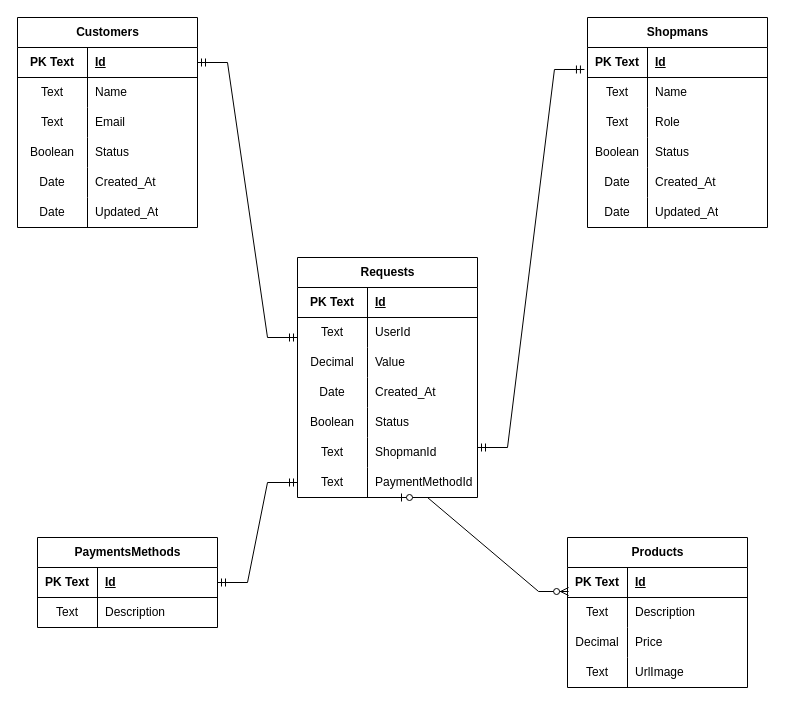
Earlier version of the draw.io diagram DiagramAPIDelivery.drawio (jessicaagrs/backend_APIDelivery). Source tidied: cells renumbered, new cells numbered last; positions are measured from the earlier drawing's top-left corner, leaving out a move shared by most shapes. Both pictures are drawn from the tidied source at 100%, with x=0, y=0 at pixel (17, 17).
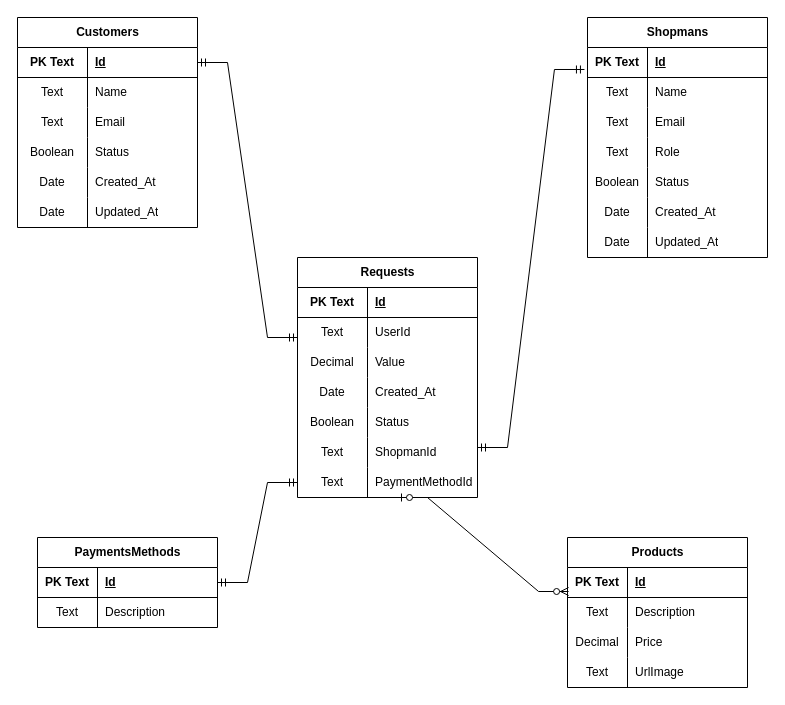
After the change.

The edit, as a diff of the source:
```diff
@@
     <mxCell id="21" value="Shopmans" style="shape=table;startSize=30;childLayout=tableLayout;rowLines=0;fontStyle=1;align=center;html=1;" parent="1" vertex="1">
-      <mxGeometry x="570" width="180" height="210" as="geometry" />
+      <mxGeometry x="570" width="180" height="240" as="geometry" />
     </mxCell>
@@
+    <mxCell id="86" style="shape=tableRow;horizontal=0;startSize=0;swimlaneHead=0;swimlaneBody=0;fillColor=none;top=0;left=0;right=0;bottom=0;" parent="21" vertex="1">
+      <mxGeometry y="90" width="180" height="30" as="geometry" />
+    </mxCell>
+    <mxCell id="87" value="Text" style="shape=partialRectangle;fillColor=none;top=0;left=0;bottom=0;right=0;overflow=hidden;whiteSpace=wrap;html=1;" parent="86" vertex="1">
+      <mxGeometry width="60" height="30" as="geometry" />
+    </mxCell>
+    <mxCell id="88" value="Email" style="shape=partialRectangle;fillColor=none;top=0;left=0;bottom=0;right=0;align=left;spacingLeft=6;overflow=hidden;whiteSpace=wrap;html=1;" parent="86" vertex="1">
+      <mxGeometry x="60" width="120" height="30" as="geometry" />
+    </mxCell>
     <mxCell id="28" style="shape=tableRow;horizontal=0;startSize=0;swimlaneHead=0;swimlaneBody=0;fillColor=none;top=0;left=0;right=0;bottom=0;" parent="21" vertex="1">
-      <mxGeometry y="90" width="180" height="30" as="geometry" />
+      <mxGeometry y="120" width="180" height="30" as="geometry" />
     </mxCell>
@@
     <mxCell id="31" style="shape=tableRow;horizontal=0;startSize=0;swimlaneHead=0;swimlaneBody=0;fillColor=none;top=0;left=0;right=0;bottom=0;" parent="21" vertex="1">
-      <mxGeometry y="120" width="180" height="30" as="geometry" />
+      <mxGeometry y="150" width="180" height="30" as="geometry" />
     </mxCell>
@@
     <mxCell id="34" style="shape=tableRow;horizontal=0;startSize=0;swimlaneHead=0;swimlaneBody=0;fillColor=none;top=0;left=0;right=0;bottom=0;" parent="21" vertex="1">
-      <mxGeometry y="150" width="180" height="30" as="geometry" />
+      <mxGeometry y="180" width="180" height="30" as="geometry" />
     </mxCell>
@@
     <mxCell id="37" style="shape=tableRow;horizontal=0;startSize=0;swimlaneHead=0;swimlaneBody=0;fillColor=none;top=0;left=0;right=0;bottom=0;" parent="21" vertex="1">
-      <mxGeometry y="180" width="180" height="30" as="geometry" />
+      <mxGeometry y="210" width="180" height="30" as="geometry" />
     </mxCell>
```
